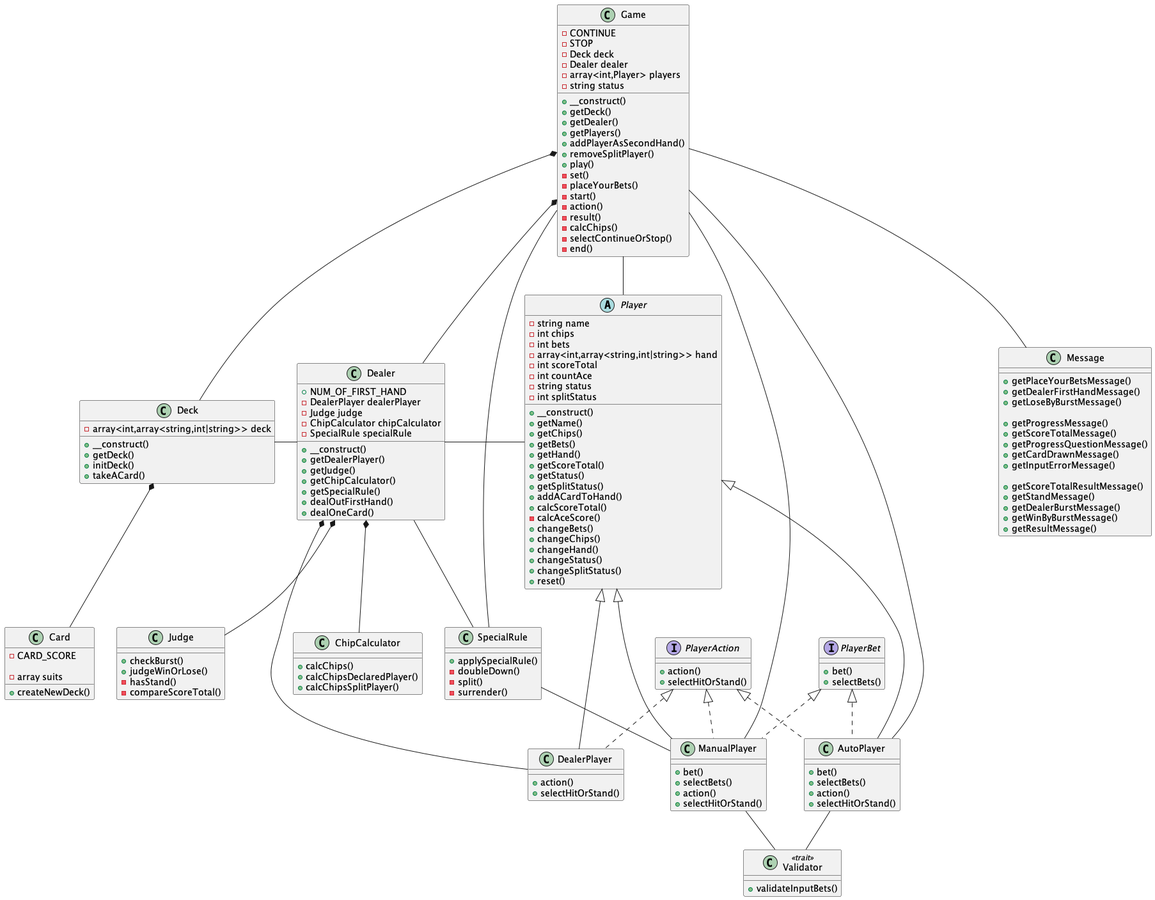
The PlantUML diagram out/docs/class/Blackjack.png in ryamate/php-oop-cli-blackjack, before a commit.
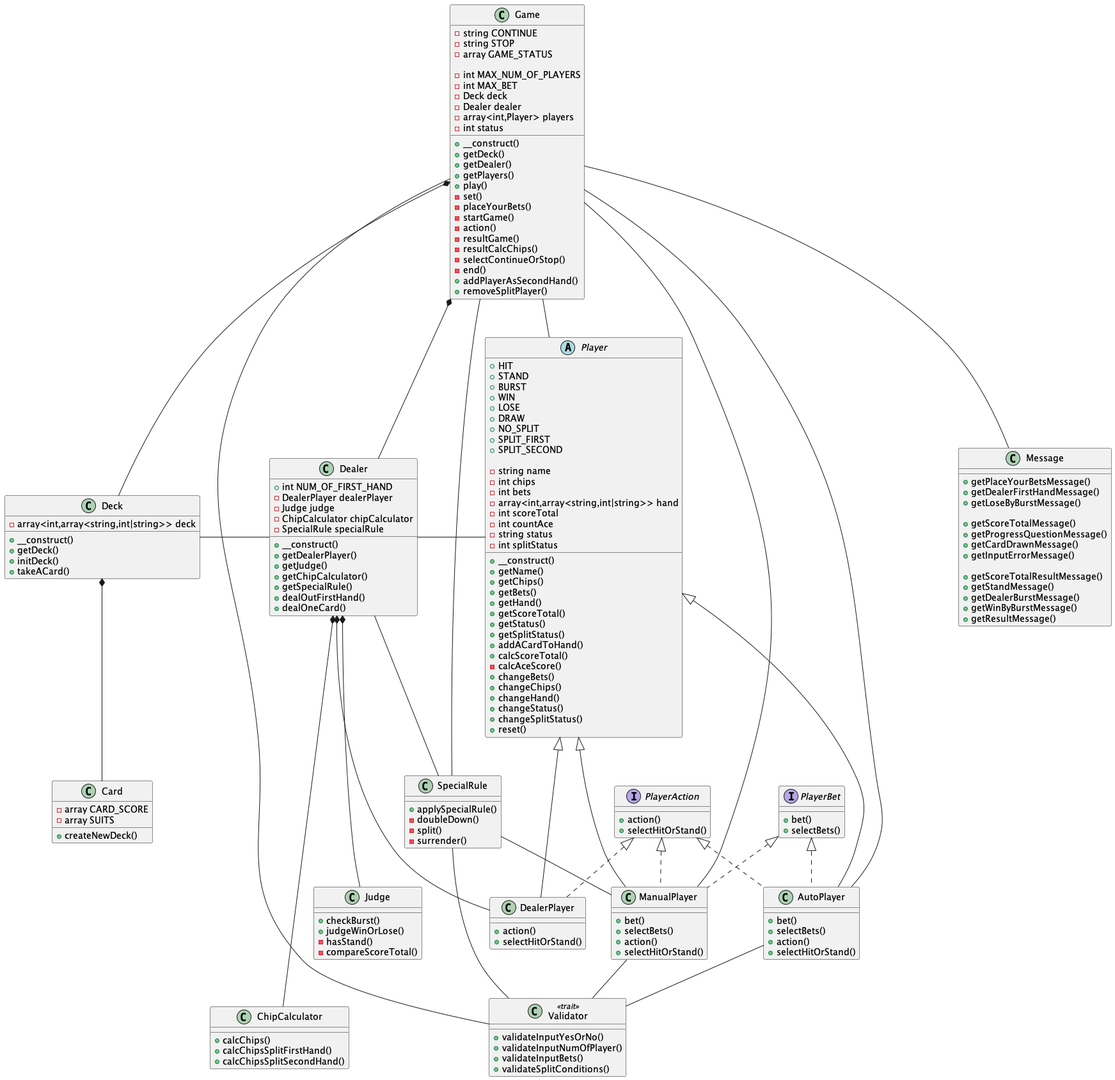
After the commit.

The edit, as a diff of the source:
```diff
@@ -1,28 +1,32 @@
 @startuml Blackjack
 
 class Game {
-  -CONTINUE
-  -STOP
+  -string CONTINUE
+  -string STOP
+  -array GAME_STATUS
+
+  -int MAX_NUM_OF_PLAYERS
+  -int MAX_BET
   -Deck deck
   -Dealer dealer
   -array<int,Player> players
-  -string status
+  -int status
 
   +__construct()
   +getDeck()
   +getDealer()
   +getPlayers()
-  +addPlayerAsSecondHand()
-  +removeSplitPlayer()
   +play()
   -set()
   -placeYourBets()
-  -start()
+  -startGame()
   -action()
-  -result()
-  -calcChips()
+  -resultGame()
+  -resultCalcChips()
   -selectContinueOrStop()
   -end()
+  +addPlayerAsSecondHand()
+  +removeSplitPlayer()
 }
 
 class Deck {
@@ -35,14 +39,14 @@
 }
 
 class Card {
-  -CARD_SCORE
+  -array CARD_SCORE
+  -array SUITS
 
-  -array suits
   +createNewDeck()
 }
 
 class Dealer {
-  +NUM_OF_FIRST_HAND
+  +int NUM_OF_FIRST_HAND
   -DealerPlayer dealerPlayer
   -Judge judge
   -ChipCalculator chipCalculator
@@ -66,8 +70,8 @@
 
 class ChipCalculator {
   +calcChips()
-  +calcChipsDeclaredPlayer()
-  +calcChipsSplitPlayer()
+  +calcChipsSplitFirstHand()
+  +calcChipsSplitSecondHand()
 }
 
 class SpecialRule {
@@ -79,6 +83,16 @@
 }
 
 abstract Player {
+  +HIT
+  +STAND
+  +BURST
+  +WIN
+  +LOSE
+  +DRAW
+  +NO_SPLIT
+  +SPLIT_FIRST
+  +SPLIT_SECOND
+
   -string name
   -int chips
   -int bets
@@ -137,7 +151,10 @@
 }
 
 class Validator <<trait>> {
+  +validateInputYesOrNo()
+  +validateInputNumOfPlayer()
   +validateInputBets()
+  +validateSplitConditions()
 }
 
 class Message {
@@ -145,7 +162,6 @@
   +getDealerFirstHandMessage()
   +getLoseByBurstMessage()
 
-  +getProgressMessage()
   +getScoreTotalMessage()
   +getProgressQuestionMessage()
   +getCardDrawnMessage()
@@ -163,11 +179,12 @@
 Game *-- Dealer
 Deck - Dealer
 Dealer - Player
-Dealer *-- Judge
-Dealer *-- ChipCalculator
+Dealer *--- Judge
+Dealer *---- ChipCalculator
 Dealer -- SpecialRule
 Game -- SpecialRule
 SpecialRule -- ManualPlayer
+SpecialRule -- Validator
 Dealer *-- DealerPlayer
 Game -- Player
 Game --- ManualPlayer
@@ -182,6 +199,7 @@
 PlayerBet <|.. AutoPlayer
 ManualPlayer -- Validator
 AutoPlayer -- Validator
+Game ----- Validator
 Game -- Message
 
 @enduml
```
